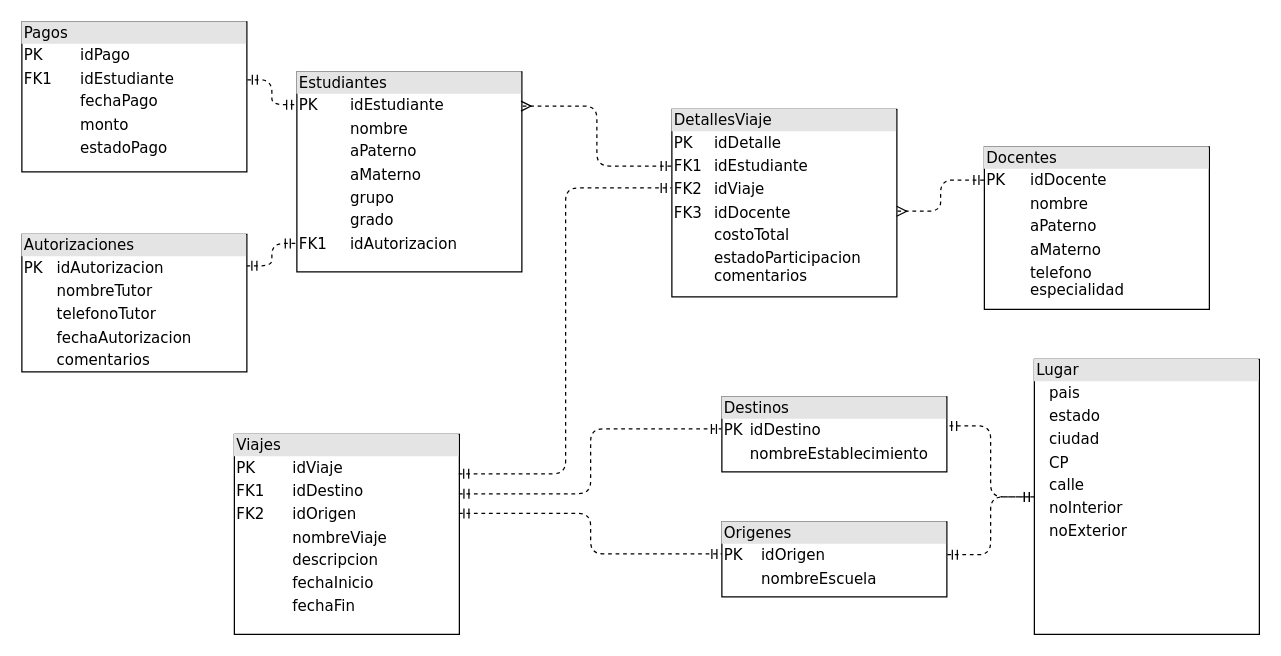
Earlier version of the draw.io diagram proyecto/DiagramaRelacional.drawio (ShyAd1/Database). Source tidied: cells renumbered, new cells numbered last; positions are measured from the earlier drawing's top-left corner, leaving out a move shared by most shapes. Both pictures are drawn from the tidied source at 125%, with x=0, y=0 at pixel (21, 21).
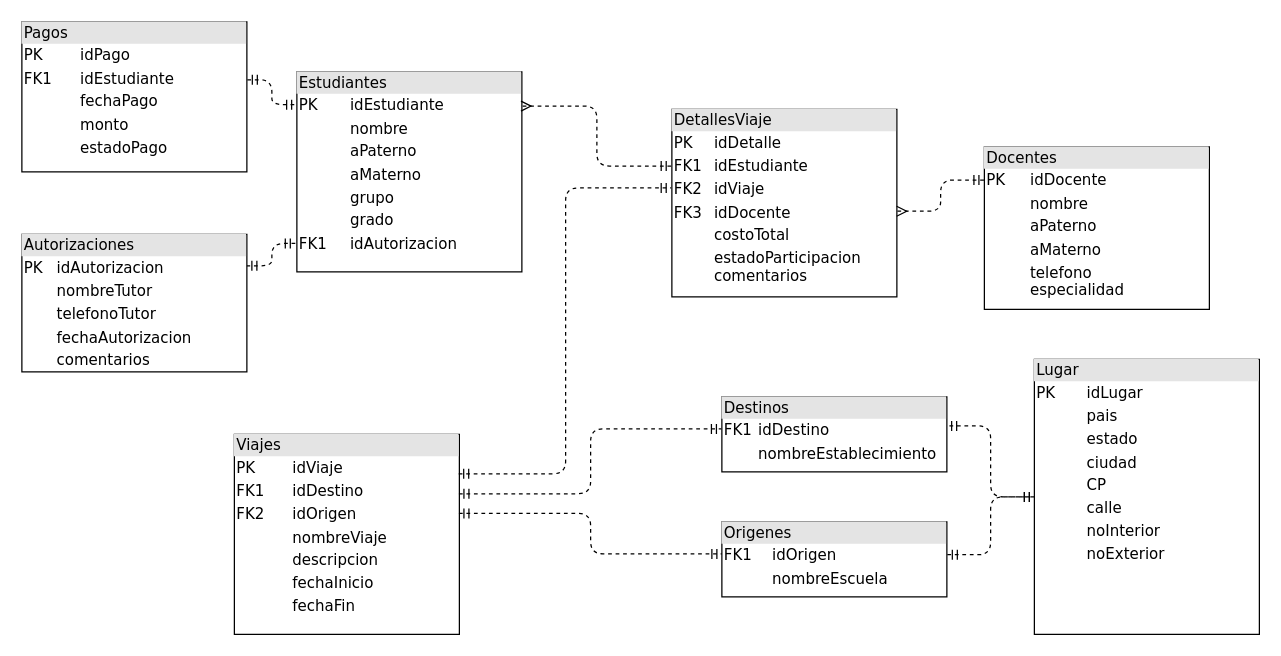
The same diagram, later.

The edit, as a diff of the source:
```diff
@@
 <mxGraphModel>
   <root>
     <mxCell id="0" />
     <mxCell id="1" parent="0" />
     <mxCell id="2" value="&lt;div style=&quot;box-sizing:border-box;width:100%;background:#e4e4e4;padding:2px;&quot;&gt;Viajes&lt;/div&gt;&lt;table style=&quot;width:100%;font-size:1em;&quot; cellpadding=&quot;2&quot; cellspacing=&quot;0&quot;&gt;&lt;tbody&gt;&lt;tr&gt;&lt;td&gt;PK&lt;/td&gt;&lt;td&gt;idViaje&lt;/td&gt;&lt;/tr&gt;&lt;tr&gt;&lt;td&gt;FK1&lt;/td&gt;&lt;td&gt;idDestino&lt;/td&gt;&lt;/tr&gt;&lt;tr&gt;&lt;td&gt;FK2&lt;/td&gt;&lt;td&gt;idOrigen&lt;/td&gt;&lt;/tr&gt;&lt;tr&gt;&lt;td&gt;&lt;/td&gt;&lt;td&gt;nombreViaje&lt;/td&gt;&lt;/tr&gt;&lt;tr&gt;&lt;td&gt;&lt;br&gt;&lt;/td&gt;&lt;td&gt;descripcion&lt;/td&gt;&lt;/tr&gt;&lt;tr&gt;&lt;td&gt;&lt;br&gt;&lt;/td&gt;&lt;td&gt;fechaInicio&lt;/td&gt;&lt;/tr&gt;&lt;tr&gt;&lt;td&gt;&lt;br&gt;&lt;/td&gt;&lt;td&gt;fechaFin&lt;/td&gt;&lt;/tr&gt;&lt;/tbody&gt;&lt;/table&gt;" style="verticalAlign=top;align=left;overflow=fill;html=1;rounded=0;shadow=0;comic=0;labelBackgroundColor=none;strokeWidth=1;fontFamily=Verdana;fontSize=12;" parent="1" vertex="1">
       <mxGeometry x="170" y="330" width="180" height="160" as="geometry" />
     </mxCell>
     <mxCell id="3" style="edgeStyle=orthogonalEdgeStyle;html=1;entryX=-0.001;entryY=0.164;dashed=1;labelBackgroundColor=none;startArrow=ERmandOne;endArrow=ERmandOne;fontFamily=Verdana;fontSize=12;align=left;endFill=0;entryDx=0;entryDy=0;entryPerimeter=0;exitX=1.002;exitY=0.386;exitDx=0;exitDy=0;exitPerimeter=0;" parent="1" edge="1" source="4" target="12">
       <mxGeometry relative="1" as="geometry" />
     </mxCell>
     <mxCell id="4" value="&lt;div style=&quot;box-sizing: border-box ; width: 100% ; background: #e4e4e4 ; padding: 2px&quot;&gt;Pagos&lt;/div&gt;&lt;table style=&quot;width: 100% ; font-size: 1em&quot; cellpadding=&quot;2&quot; cellspacing=&quot;0&quot;&gt;&lt;tbody&gt;&lt;tr&gt;&lt;td&gt;PK&lt;/td&gt;&lt;td&gt;idPago&lt;/td&gt;&lt;/tr&gt;&lt;tr&gt;&lt;td&gt;FK1&lt;/td&gt;&lt;td&gt;idEstudiante&lt;/td&gt;&lt;/tr&gt;&lt;tr&gt;&lt;td&gt;&lt;/td&gt;&lt;td&gt;fechaPago&lt;/td&gt;&lt;/tr&gt;&lt;tr&gt;&lt;td&gt;&lt;br&gt;&lt;/td&gt;&lt;td&gt;monto&lt;br&gt;&lt;/td&gt;&lt;/tr&gt;&lt;tr&gt;&lt;td&gt;&lt;br&gt;&lt;/td&gt;&lt;td&gt;estadoPago&lt;/td&gt;&lt;/tr&gt;&lt;/tbody&gt;&lt;/table&gt;" style="verticalAlign=top;align=left;overflow=fill;html=1;rounded=0;shadow=0;comic=0;labelBackgroundColor=none;strokeWidth=1;fontFamily=Verdana;fontSize=12;" parent="1" vertex="1">
       <mxGeometry width="180" height="120" as="geometry" />
     </mxCell>
     <mxCell id="5" style="edgeStyle=orthogonalEdgeStyle;html=1;labelBackgroundColor=none;startArrow=ERmandOne;endArrow=ERmandOne;fontFamily=Verdana;fontSize=12;align=left;entryX=0;entryY=0.5;entryDx=0;entryDy=0;dashed=1;endFill=0;exitX=1.002;exitY=0.438;exitDx=0;exitDy=0;exitPerimeter=0;" parent="1" edge="1" source="6" target="9">
       <mxGeometry relative="1" as="geometry" />
     </mxCell>
-    <mxCell id="6" value="&lt;div style=&quot;box-sizing: border-box ; width: 100% ; background: #e4e4e4 ; padding: 2px&quot;&gt;Origenes&lt;/div&gt;&lt;table style=&quot;width: 100% ; font-size: 1em&quot; cellpadding=&quot;2&quot; cellspacing=&quot;0&quot;&gt;&lt;tbody&gt;&lt;tr&gt;&lt;td&gt;PK&lt;/td&gt;&lt;td&gt;idOrigen&lt;/td&gt;&lt;/tr&gt;&lt;tr&gt;&lt;td&gt;&lt;br&gt;&lt;/td&gt;&lt;td&gt;nombreEscuela&lt;/td&gt;&lt;/tr&gt;&lt;/tbody&gt;&lt;/table&gt;" style="verticalAlign=top;align=left;overflow=fill;html=1;rounded=0;shadow=0;comic=0;labelBackgroundColor=none;strokeWidth=1;fontFamily=Verdana;fontSize=12;" parent="1" vertex="1">
+    <mxCell id="6" value="&lt;div style=&quot;box-sizing: border-box ; width: 100% ; background: #e4e4e4 ; padding: 2px&quot;&gt;Origenes&lt;/div&gt;&lt;table style=&quot;width: 100% ; font-size: 1em&quot; cellpadding=&quot;2&quot; cellspacing=&quot;0&quot;&gt;&lt;tbody&gt;&lt;tr&gt;&lt;td&gt;FK1&lt;/td&gt;&lt;td&gt;idOrigen&lt;/td&gt;&lt;/tr&gt;&lt;tr&gt;&lt;td&gt;&lt;br&gt;&lt;/td&gt;&lt;td&gt;nombreEscuela&lt;/td&gt;&lt;/tr&gt;&lt;/tbody&gt;&lt;/table&gt;" style="verticalAlign=top;align=left;overflow=fill;html=1;rounded=0;shadow=0;comic=0;labelBackgroundColor=none;strokeWidth=1;fontFamily=Verdana;fontSize=12;" parent="1" vertex="1">
       <mxGeometry x="560" y="400" width="180" height="60" as="geometry" />
     </mxCell>
-    <mxCell id="7" value="&lt;div style=&quot;box-sizing: border-box ; width: 100% ; background: #e4e4e4 ; padding: 2px&quot;&gt;Destinos&lt;/div&gt;&lt;table style=&quot;width: 100% ; font-size: 1em&quot; cellpadding=&quot;2&quot; cellspacing=&quot;0&quot;&gt;&lt;tbody&gt;&lt;tr&gt;&lt;td&gt;PK&lt;/td&gt;&lt;td&gt;idDestino&lt;/td&gt;&lt;/tr&gt;&lt;tr&gt;&lt;td&gt;&lt;br&gt;&lt;/td&gt;&lt;td&gt;nombreEstablecimiento&lt;/td&gt;&lt;/tr&gt;&lt;/tbody&gt;&lt;/table&gt;" style="verticalAlign=top;align=left;overflow=fill;html=1;rounded=0;shadow=0;comic=0;labelBackgroundColor=none;strokeWidth=1;fontFamily=Verdana;fontSize=12;" parent="1" vertex="1">
+    <mxCell id="7" value="&lt;div style=&quot;box-sizing: border-box ; width: 100% ; background: #e4e4e4 ; padding: 2px&quot;&gt;Destinos&lt;/div&gt;&lt;table style=&quot;width: 100% ; font-size: 1em&quot; cellpadding=&quot;2&quot; cellspacing=&quot;0&quot;&gt;&lt;tbody&gt;&lt;tr&gt;&lt;td&gt;FK1&lt;/td&gt;&lt;td&gt;idDestino&lt;/td&gt;&lt;/tr&gt;&lt;tr&gt;&lt;td&gt;&lt;br&gt;&lt;/td&gt;&lt;td&gt;nombreEstablecimiento&lt;/td&gt;&lt;/tr&gt;&lt;/tbody&gt;&lt;/table&gt;" style="verticalAlign=top;align=left;overflow=fill;html=1;rounded=0;shadow=0;comic=0;labelBackgroundColor=none;strokeWidth=1;fontFamily=Verdana;fontSize=12;" parent="1" vertex="1">
       <mxGeometry x="560" y="300" width="180" height="60" as="geometry" />
     </mxCell>
     <mxCell id="8" style="edgeStyle=orthogonalEdgeStyle;html=1;entryX=0.999;entryY=0.387;labelBackgroundColor=none;startArrow=ERmandOne;endArrow=ERmandOne;fontFamily=Verdana;fontSize=12;align=left;exitX=0;exitY=0.5;exitDx=0;exitDy=0;dashed=1;endFill=0;entryDx=0;entryDy=0;entryPerimeter=0;" parent="1" edge="1" source="9" target="7">
       <mxGeometry relative="1" as="geometry" />
     </mxCell>
-    <mxCell id="9" value="&lt;div style=&quot;box-sizing:border-box;width:100%;background:#e4e4e4;padding:2px;&quot;&gt;Lugar&lt;/div&gt;&lt;table style=&quot;width:100%;font-size:1em;&quot; cellpadding=&quot;2&quot; cellspacing=&quot;0&quot;&gt;&lt;tbody&gt;&lt;tr&gt;&lt;td&gt;&lt;br&gt;&lt;/td&gt;&lt;td&gt;pais&lt;/td&gt;&lt;/tr&gt;&lt;tr&gt;&lt;td&gt;&lt;br&gt;&lt;/td&gt;&lt;td&gt;estado&lt;/td&gt;&lt;/tr&gt;&lt;tr&gt;&lt;td&gt;&lt;br&gt;&lt;/td&gt;&lt;td&gt;ciudad&lt;/td&gt;&lt;/tr&gt;&lt;tr&gt;&lt;td&gt;&lt;br&gt;&lt;/td&gt;&lt;td&gt;CP&lt;/td&gt;&lt;/tr&gt;&lt;tr&gt;&lt;td&gt;&lt;br&gt;&lt;/td&gt;&lt;td&gt;calle&lt;/td&gt;&lt;/tr&gt;&lt;tr&gt;&lt;td&gt;&lt;br&gt;&lt;/td&gt;&lt;td&gt;noInterior&lt;/td&gt;&lt;/tr&gt;&lt;tr&gt;&lt;td&gt;&lt;br&gt;&lt;/td&gt;&lt;td&gt;noExterior&lt;/td&gt;&lt;/tr&gt;&lt;/tbody&gt;&lt;/table&gt;" style="verticalAlign=top;align=left;overflow=fill;html=1;rounded=0;shadow=0;comic=0;labelBackgroundColor=none;strokeWidth=1;fontFamily=Verdana;fontSize=12;" parent="1" vertex="1">
+    <mxCell id="9" value="&lt;div style=&quot;box-sizing:border-box;width:100%;background:#e4e4e4;padding:2px;&quot;&gt;Lugar&lt;/div&gt;&lt;table style=&quot;width:100%;font-size:1em;&quot; cellpadding=&quot;2&quot; cellspacing=&quot;0&quot;&gt;&lt;tbody&gt;&lt;tr&gt;&lt;td&gt;PK&lt;/td&gt;&lt;td&gt;idLugar&lt;/td&gt;&lt;/tr&gt;&lt;tr&gt;&lt;td&gt;&lt;br&gt;&lt;/td&gt;&lt;td&gt;pais&lt;/td&gt;&lt;/tr&gt;&lt;tr&gt;&lt;td&gt;&lt;br&gt;&lt;/td&gt;&lt;td&gt;estado&lt;/td&gt;&lt;/tr&gt;&lt;tr&gt;&lt;td&gt;&lt;br&gt;&lt;/td&gt;&lt;td&gt;ciudad&lt;/td&gt;&lt;/tr&gt;&lt;tr&gt;&lt;td&gt;&lt;br&gt;&lt;/td&gt;&lt;td&gt;CP&lt;/td&gt;&lt;/tr&gt;&lt;tr&gt;&lt;td&gt;&lt;br&gt;&lt;/td&gt;&lt;td&gt;calle&lt;/td&gt;&lt;/tr&gt;&lt;tr&gt;&lt;td&gt;&lt;br&gt;&lt;/td&gt;&lt;td&gt;noInterior&lt;/td&gt;&lt;/tr&gt;&lt;tr&gt;&lt;td&gt;&lt;br&gt;&lt;/td&gt;&lt;td&gt;noExterior&lt;/td&gt;&lt;/tr&gt;&lt;/tbody&gt;&lt;/table&gt;" style="verticalAlign=top;align=left;overflow=fill;html=1;rounded=0;shadow=0;comic=0;labelBackgroundColor=none;strokeWidth=1;fontFamily=Verdana;fontSize=12;" parent="1" vertex="1">
       <mxGeometry x="810" y="270" width="180" height="220" as="geometry" />
     </mxCell>
     <mxCell id="10" value="&lt;div style=&quot;box-sizing: border-box ; width: 100% ; background: #e4e4e4 ; padding: 2px&quot;&gt;Autorizaciones&lt;/div&gt;&lt;table style=&quot;width: 100% ; font-size: 1em&quot; cellpadding=&quot;2&quot; cellspacing=&quot;0&quot;&gt;&lt;tbody&gt;&lt;tr&gt;&lt;td&gt;PK&lt;/td&gt;&lt;td&gt;idAutorizacion&lt;/td&gt;&lt;/tr&gt;&lt;tr&gt;&lt;td&gt;&lt;br&gt;&lt;/td&gt;&lt;td&gt;nombreTutor&lt;/td&gt;&lt;/tr&gt;&lt;tr&gt;&lt;td&gt;&lt;/td&gt;&lt;td&gt;telefonoTutor&lt;/td&gt;&lt;/tr&gt;&lt;tr&gt;&lt;td&gt;&lt;br&gt;&lt;/td&gt;&lt;td&gt;fechaAutorizacion&lt;br&gt;&lt;/td&gt;&lt;/tr&gt;&lt;tr&gt;&lt;td&gt;&lt;br&gt;&lt;/td&gt;&lt;td&gt;comentarios&lt;br&gt;&lt;/td&gt;&lt;/tr&gt;&lt;/tbody&gt;&lt;/table&gt;" style="verticalAlign=top;align=left;overflow=fill;html=1;rounded=0;shadow=0;comic=0;labelBackgroundColor=none;strokeWidth=1;fontFamily=Verdana;fontSize=12;" parent="1" vertex="1">
       <mxGeometry y="170" width="180" height="110" as="geometry" />
     </mxCell>
     <mxCell id="11" style="edgeStyle=orthogonalEdgeStyle;html=1;entryX=1;entryY=0.229;labelBackgroundColor=none;startArrow=ERmandOne;endArrow=ERmandOne;fontFamily=Verdana;fontSize=12;align=left;dashed=1;exitX=-0.007;exitY=0.858;exitDx=0;exitDy=0;exitPerimeter=0;entryDx=0;entryDy=0;endFill=0;entryPerimeter=0;" parent="1" edge="1" source="12" target="10">
       <mxGeometry relative="1" as="geometry" />
     </mxCell>
     <mxCell id="12" value="&lt;div style=&quot;box-sizing: border-box ; width: 100% ; background: #e4e4e4 ; padding: 2px&quot;&gt;Estudiantes&lt;/div&gt;&lt;table style=&quot;width: 100% ; font-size: 1em&quot; cellpadding=&quot;2&quot; cellspacing=&quot;0&quot;&gt;&lt;tbody&gt;&lt;tr&gt;&lt;td&gt;PK&lt;/td&gt;&lt;td&gt;idEstudiante&lt;/td&gt;&lt;/tr&gt;&lt;tr&gt;&lt;td&gt;&lt;br&gt;&lt;/td&gt;&lt;td&gt;nombre&lt;/td&gt;&lt;/tr&gt;&lt;tr&gt;&lt;td&gt;&lt;/td&gt;&lt;td&gt;aPaterno&lt;/td&gt;&lt;/tr&gt;&lt;tr&gt;&lt;td&gt;&lt;br&gt;&lt;/td&gt;&lt;td&gt;aMaterno&lt;/td&gt;&lt;/tr&gt;&lt;tr&gt;&lt;td&gt;&lt;br&gt;&lt;/td&gt;&lt;td&gt;grupo&lt;/td&gt;&lt;/tr&gt;&lt;tr&gt;&lt;td&gt;&lt;br&gt;&lt;/td&gt;&lt;td&gt;grado&lt;/td&gt;&lt;/tr&gt;&lt;tr&gt;&lt;td&gt;FK1&lt;/td&gt;&lt;td&gt;idAutorizacion&lt;/td&gt;&lt;/tr&gt;&lt;/tbody&gt;&lt;/table&gt;" style="verticalAlign=top;align=left;overflow=fill;html=1;rounded=0;shadow=0;comic=0;labelBackgroundColor=none;strokeWidth=1;fontFamily=Verdana;fontSize=12;" parent="1" vertex="1">
       <mxGeometry x="220" y="40" width="180" height="160" as="geometry" />
     </mxCell>
     <mxCell id="13" value="&lt;div style=&quot;box-sizing: border-box ; width: 100% ; background: #e4e4e4 ; padding: 2px&quot;&gt;DetallesViaje&lt;/div&gt;&lt;table style=&quot;width: 100% ; font-size: 1em&quot; cellpadding=&quot;2&quot; cellspacing=&quot;0&quot;&gt;&lt;tbody&gt;&lt;tr&gt;&lt;td&gt;PK&lt;/td&gt;&lt;td&gt;idDetalle&lt;/td&gt;&lt;/tr&gt;&lt;tr&gt;&lt;td&gt;FK1&lt;/td&gt;&lt;td&gt;idEstudiante&lt;/td&gt;&lt;/tr&gt;&lt;tr&gt;&lt;td&gt;FK2&lt;/td&gt;&lt;td&gt;idViaje&lt;/td&gt;&lt;/tr&gt;&lt;tr&gt;&lt;td&gt;FK3&lt;/td&gt;&lt;td&gt;idDocente&lt;br&gt;&lt;/td&gt;&lt;/tr&gt;&lt;tr&gt;&lt;td&gt;&lt;br&gt;&lt;/td&gt;&lt;td&gt;costoTotal&lt;br&gt;&lt;/td&gt;&lt;/tr&gt;&lt;tr&gt;&lt;td&gt;&lt;br&gt;&lt;/td&gt;&lt;td&gt;estadoParticipacion&lt;br&gt;comentarios&lt;/td&gt;&lt;/tr&gt;&lt;/tbody&gt;&lt;/table&gt;" style="verticalAlign=top;align=left;overflow=fill;html=1;rounded=0;shadow=0;comic=0;labelBackgroundColor=none;strokeWidth=1;fontFamily=Verdana;fontSize=12;" parent="1" vertex="1">
       <mxGeometry x="520" y="70" width="180" height="150" as="geometry" />
     </mxCell>
     <mxCell id="14" style="edgeStyle=orthogonalEdgeStyle;html=1;entryX=0.996;entryY=0.171;labelBackgroundColor=none;startArrow=ERmandOne;endArrow=ERmany;fontFamily=Verdana;fontSize=12;align=left;dashed=1;exitX=-0.003;exitY=0.302;exitDx=0;exitDy=0;exitPerimeter=0;entryDx=0;entryDy=0;endFill=0;entryPerimeter=0;startFill=0;" parent="1" edge="1" source="13" target="12">
       <mxGeometry relative="1" as="geometry" />
     </mxCell>
     <mxCell id="15" value="&lt;div style=&quot;box-sizing: border-box ; width: 100% ; background: #e4e4e4 ; padding: 2px&quot;&gt;Docentes&lt;/div&gt;&lt;table style=&quot;width: 100% ; font-size: 1em&quot; cellpadding=&quot;2&quot; cellspacing=&quot;0&quot;&gt;&lt;tbody&gt;&lt;tr&gt;&lt;td&gt;PK&lt;/td&gt;&lt;td&gt;idDocente&lt;/td&gt;&lt;/tr&gt;&lt;tr&gt;&lt;td&gt;&lt;br&gt;&lt;/td&gt;&lt;td&gt;nombre&lt;/td&gt;&lt;/tr&gt;&lt;tr&gt;&lt;td&gt;&lt;/td&gt;&lt;td&gt;aPaterno&lt;/td&gt;&lt;/tr&gt;&lt;tr&gt;&lt;td&gt;&lt;br&gt;&lt;/td&gt;&lt;td&gt;aMaterno&lt;br&gt;&lt;/td&gt;&lt;/tr&gt;&lt;tr&gt;&lt;td&gt;&lt;br&gt;&lt;/td&gt;&lt;td&gt;telefono&lt;br&gt;especialidad&lt;/td&gt;&lt;/tr&gt;&lt;/tbody&gt;&lt;/table&gt;" style="verticalAlign=top;align=left;overflow=fill;html=1;rounded=0;shadow=0;comic=0;labelBackgroundColor=none;strokeWidth=1;fontFamily=Verdana;fontSize=12;" parent="1" vertex="1">
       <mxGeometry x="770" y="100" width="180" height="130" as="geometry" />
     </mxCell>
     <mxCell id="16" style="edgeStyle=orthogonalEdgeStyle;html=1;labelBackgroundColor=none;startArrow=ERmandOne;endArrow=ERmany;fontFamily=Verdana;fontSize=12;align=left;dashed=1;exitX=-0.002;exitY=0.204;exitDx=0;exitDy=0;exitPerimeter=0;endFill=0;startFill=0;entryX=0.999;entryY=0.543;entryDx=0;entryDy=0;entryPerimeter=0;" parent="1" edge="1" source="15" target="13">
       <mxGeometry relative="1" as="geometry" />
     </mxCell>
     <mxCell id="17" style="edgeStyle=orthogonalEdgeStyle;html=1;endArrow=ERmandOne;startArrow=ERmandOne;labelBackgroundColor=none;fontFamily=Verdana;fontSize=12;align=left;exitX=0.997;exitY=0.197;entryX=-0.003;entryY=0.419;dashed=1;entryDx=0;entryDy=0;entryPerimeter=0;endFill=0;exitDx=0;exitDy=0;exitPerimeter=0;" parent="1" edge="1" source="2" target="13">
       <mxGeometry relative="1" as="geometry" />
     </mxCell>
     <mxCell id="18" style="edgeStyle=orthogonalEdgeStyle;html=1;labelBackgroundColor=none;startArrow=ERmandOne;endArrow=ERmandOne;fontFamily=Verdana;fontSize=12;align=left;entryX=-0.002;entryY=0.427;entryDx=0;entryDy=0;entryPerimeter=0;dashed=1;endFill=0;exitX=0.998;exitY=0.297;exitDx=0;exitDy=0;exitPerimeter=0;" parent="1" edge="1" source="2" target="7">
       <mxGeometry relative="1" as="geometry" />
     </mxCell>
     <mxCell id="19" style="edgeStyle=orthogonalEdgeStyle;html=1;labelBackgroundColor=none;startArrow=ERmandOne;endArrow=ERmandOne;fontFamily=Verdana;fontSize=12;align=left;entryX=0;entryY=0.427;entryDx=0;entryDy=0;entryPerimeter=0;dashed=1;endFill=0;exitX=0.998;exitY=0.395;exitDx=0;exitDy=0;exitPerimeter=0;" parent="1" edge="1" source="2" target="6">
       <mxGeometry relative="1" as="geometry" />
     </mxCell>
   </root>
 </mxGraphModel>
```
